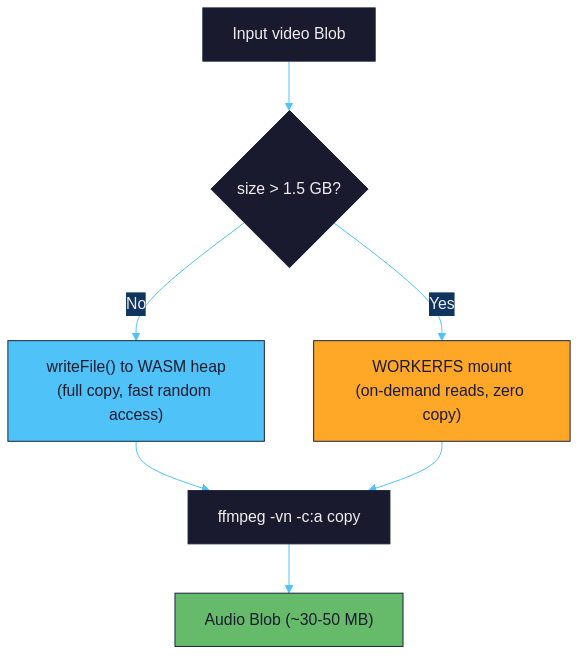
Before: docs/diagrams/04-input-mounting-strategy.png, a diagram exported from Mermaid (gjovanov/audio-waveform). Its source is kept beside it as docs/diagrams/04-input-mounting-strategy.mmd. The source it was exported from:
```mermaid
%%{init: {'theme': 'base', 'themeVariables': {'primaryColor': '#1a1a2e', 'primaryTextColor': '#eee', 'primaryBorderColor': '#16213e', 'lineColor': '#4fc3f7', 'secondaryColor': '#0f3460'}}}%%
flowchart TD
    INPUT["Input video Blob"] --> SIZE{"size > 1.5 GB?"}

    SIZE -->|"No"| SMALL["writeFile() to WASM heap<br/>(full copy, fast random access)"]
    SIZE -->|"Yes"| LARGE["WORKERFS mount<br/>(on-demand reads, zero copy)"]

    SMALL --> EXTRACT["ffmpeg -vn -c:a copy"]
    LARGE --> EXTRACT

    EXTRACT --> OUTPUT["Audio Blob (~30-50 MB)"]

    style SMALL fill:#4fc3f7,color:#1a1a2e
    style LARGE fill:#ffa726,color:#1a1a2e
    style OUTPUT fill:#66bb6a,color:#1a1a2e
```
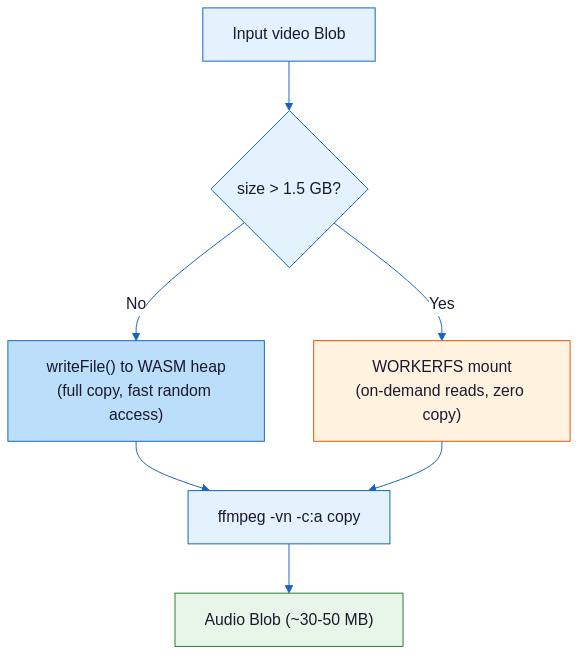
The same file after the commit.

The edit, as a diff of the source:
```diff
@@ -1,4 +1,4 @@
-%%{init: {'theme': 'base', 'themeVariables': {'primaryColor': '#1a1a2e', 'primaryTextColor': '#eee', 'primaryBorderColor': '#16213e', 'lineColor': '#4fc3f7', 'secondaryColor': '#0f3460'}}}%%
+%%{init: {'theme': 'base', 'themeVariables': {'primaryColor': '#e3f2fd', 'primaryTextColor': '#1a1a2e', 'primaryBorderColor': '#1565c0', 'lineColor': '#1565c0', 'secondaryColor': '#fff3e0', 'background': '#ffffff', 'nodeBorder': '#1565c0', 'edgeLabelBackground': '#ffffff'}}}%%
 flowchart TD
     INPUT["Input video Blob"] --> SIZE{"size > 1.5 GB?"}
 
@@ -10,6 +10,6 @@
 
     EXTRACT --> OUTPUT["Audio Blob (~30-50 MB)"]
 
-    style SMALL fill:#4fc3f7,color:#1a1a2e
-    style LARGE fill:#ffa726,color:#1a1a2e
-    style OUTPUT fill:#66bb6a,color:#1a1a2e
+    style SMALL fill:#bbdefb,stroke:#1565c0,color:#1a1a2e
+    style LARGE fill:#fff3e0,stroke:#e65100,color:#1a1a2e
+    style OUTPUT fill:#e8f5e9,stroke:#2e7d32,color:#1a1a2e
```
